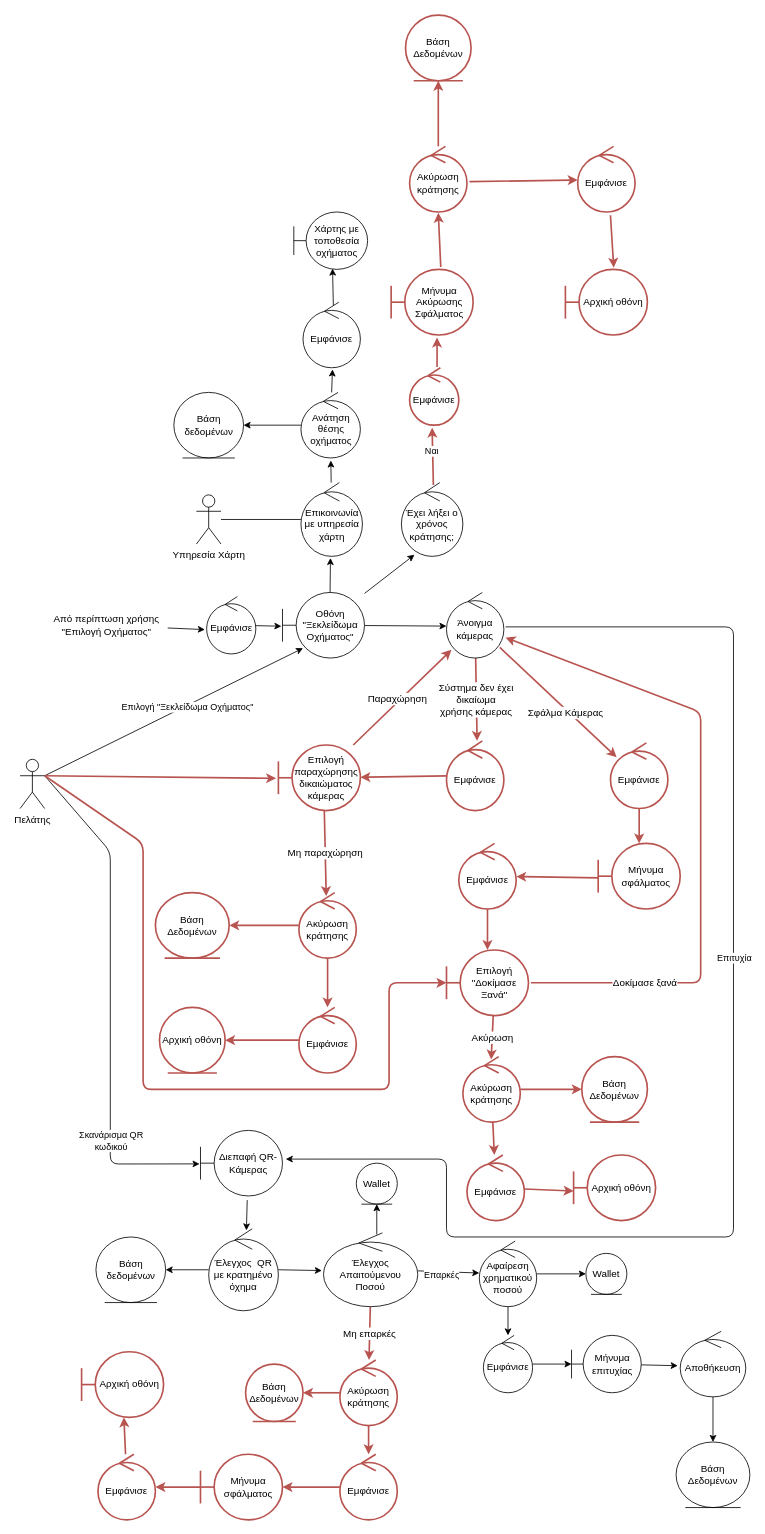
This is Part_2/Robustness/diagrams/02_Ξεκλείδωμα_Οχήματος.drawio from Nikolis2002/texnoligia_logismikou, a draw.io file, before an edit. Source tidied: cells renumbered, new cells numbered last; positions are measured from the earlier drawing's top-left corner, leaving out a move shared by most shapes. Both pictures are drawn from the tidied source at 82%, with x=0, y=0 at pixel (20, 15).
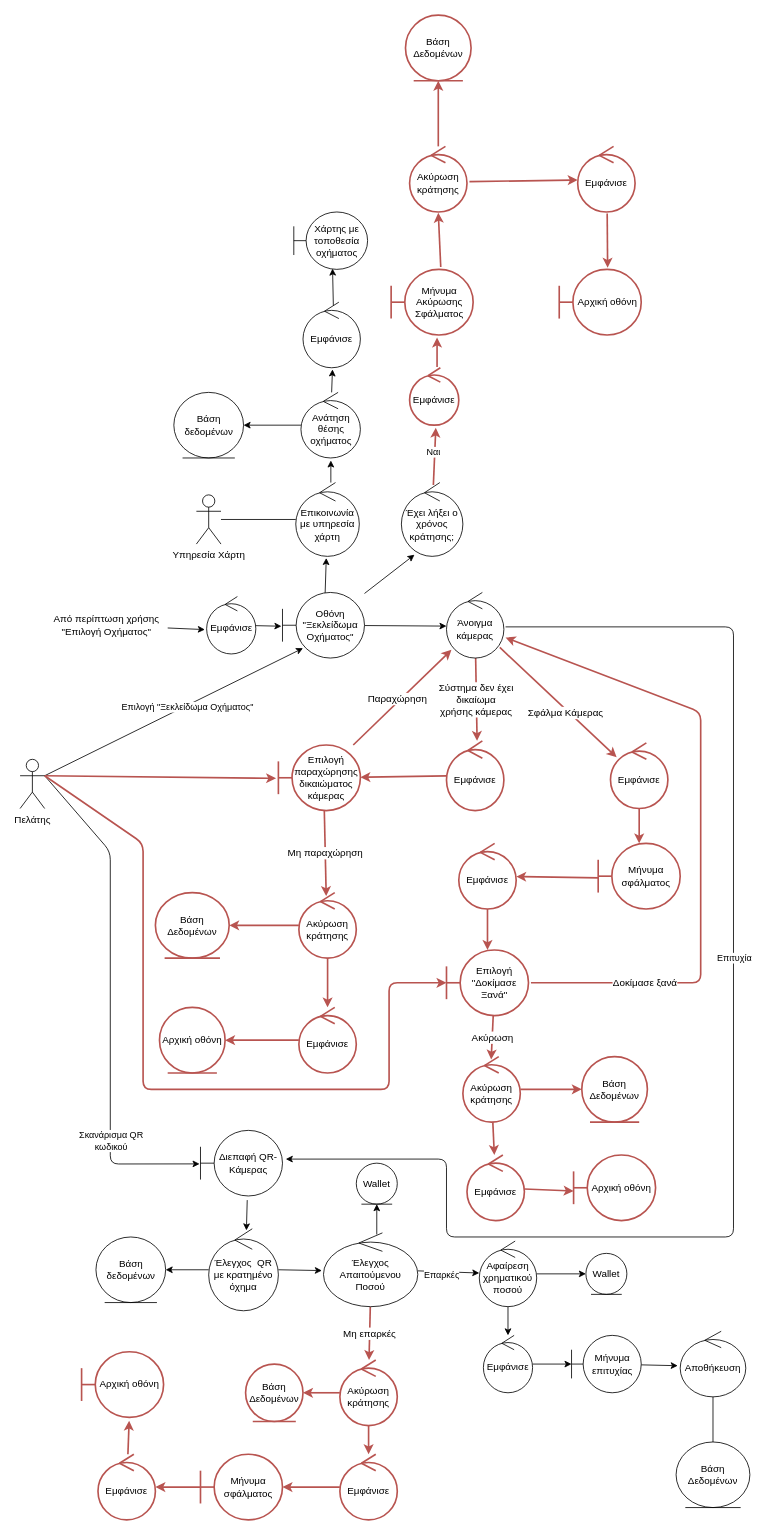
Above is the later version.

The change refers to these unchanged cells:
```xml
<mxCell id="8" value="Έχει λήξει ο χρόνος κράτησης;" style="ellipse;shape=umlControl;whiteSpace=wrap;html=1;" parent="1" vertex="1">
  <mxGeometry x="465" y="570" width="75" height="90" as="geometry" />
</mxCell>
<mxCell id="28" value="Αποθήκευση" style="ellipse;shape=umlControl;whiteSpace=wrap;html=1;" parent="1" vertex="1">
  <mxGeometry x="805" y="1605" width="80" height="80" as="geometry" />
</mxCell>
<mxCell id="30" value="Βάση Δεδομένων" style="ellipse;shape=umlEntity;whiteSpace=wrap;html=1;" parent="1" vertex="1">
  <mxGeometry x="800" y="1740" width="90" height="80" as="geometry" />
</mxCell>
<mxCell id="72" value="Εμφάνισε" style="ellipse;shape=umlControl;whiteSpace=wrap;html=1;fillColor=none;strokeColor=#b85450;strokeWidth=2;" parent="1" vertex="1">
  <mxGeometry x="95" y="1755" width="70" height="80" as="geometry" />
</mxCell>
<mxCell id="73" value="Αρχική οθόνη" style="shape=umlBoundary;whiteSpace=wrap;html=1;fillColor=none;strokeColor=#b85450;strokeWidth=2;" parent="1" vertex="1">
  <mxGeometry x="75" y="1630" width="100" height="80" as="geometry" />
</mxCell>
<mxCell id="79" value="Εμφάνισε" style="ellipse;shape=umlControl;whiteSpace=wrap;html=1;fillColor=none;strokeColor=#b85450;strokeWidth=2;" parent="1" vertex="1">
  <mxGeometry x="475" y="430" width="60" height="70" as="geometry" />
</mxCell>
<mxCell id="84" value="Εμφάνισε" style="ellipse;shape=umlControl;whiteSpace=wrap;html=1;fillColor=none;strokeColor=#b85450;strokeWidth=2;" parent="1" vertex="1">
  <mxGeometry x="680" y="160" width="70" height="80" as="geometry" />
</mxCell>
<mxCell id="94" value="Οθόνη &quot;Ξεκλείδωμα Οχήματος&quot;" style="shape=umlBoundary;whiteSpace=wrap;html=1;" parent="1" vertex="1">
  <mxGeometry x="320" y="704" width="100" height="80" as="geometry" />
</mxCell>
<mxCell id="106" value="Ανάτηση θέσης οχήματος" style="ellipse;shape=umlControl;whiteSpace=wrap;html=1;" parent="1" vertex="1">
  <mxGeometry x="342.5" y="460" width="72.5" height="80" as="geometry" />
</mxCell>
```

Diff of the diagram source:
```diff
@@
-    <mxCell id="27" style="edgeStyle=none;html=1;entryX=0.5;entryY=0;entryDx=0;entryDy=0;" parent="1" edge="1" source="28" target="30">
+    <mxCell id="27" style="edgeStyle=none;html=1;entryX=0.5;entryY=1;entryDx=0;entryDy=0;" parent="1" edge="1" source="28" target="30">
       <mxGeometry relative="1" as="geometry" />
     </mxCell>
@@
-    <mxCell id="71" style="edgeStyle=none;html=1;fontSize=12;strokeColor=#b85450;endFill=1;fillColor=none;strokeWidth=2;" parent="1" edge="1" source="72" target="73">
+    <mxCell id="71" style="edgeStyle=none;html=1;fontSize=12;strokeColor=#b85450;endFill=1;fillColor=none;strokeWidth=2;entryX=0.58;entryY=1.05;entryDx=0;entryDy=0;entryPerimeter=0;" parent="1" edge="1" source="72" target="73">
       <mxGeometry relative="1" as="geometry" />
     </mxCell>
@@
-    <mxCell id="77" style="edgeStyle=none;html=1;endArrow=classic;endFill=1;fontSize=12;fillColor=none;strokeColor=#b85450;strokeWidth=2;entryX=0.458;entryY=1.043;entryDx=0;entryDy=0;entryPerimeter=0;exitX=0.52;exitY=0.033;exitDx=0;exitDy=0;exitPerimeter=0;" parent="1" edge="1" source="8" target="79">
+    <mxCell id="77" style="edgeStyle=none;html=1;endArrow=classic;endFill=1;fontSize=12;fillColor=none;strokeColor=#b85450;strokeWidth=2;entryX=0.533;entryY=1.043;entryDx=0;entryDy=0;entryPerimeter=0;exitX=0.52;exitY=0.033;exitDx=0;exitDy=0;exitPerimeter=0;" parent="1" edge="1" source="8" target="79">
       <mxGeometry relative="1" as="geometry" />
     </mxCell>
@@
     <mxCell id="86" value="Αρχική οθόνη" style="shape=umlBoundary;whiteSpace=wrap;html=1;fillColor=none;strokeColor=#b85450;strokeWidth=2;" parent="1" vertex="1">
-      <mxGeometry x="665" y="310" width="100" height="80" as="geometry" />
+      <mxGeometry x="657.5" y="310" width="100" height="80" as="geometry" />
     </mxCell>
@@
-    <mxCell id="89" style="edgeStyle=none;html=1;fontSize=12;fillColor=none;strokeColor=#b85450;strokeWidth=2;entryX=0.59;entryY=-0.025;entryDx=0;entryDy=0;entryPerimeter=0;exitX=0.571;exitY=1.05;exitDx=0;exitDy=0;exitPerimeter=0;" parent="1" edge="1" source="84" target="86">
+    <mxCell id="89" style="edgeStyle=none;html=1;fontSize=12;fillColor=none;strokeColor=#b85450;strokeWidth=2;entryX=0.59;entryY=-0.025;entryDx=0;entryDy=0;entryPerimeter=0;exitX=0.514;exitY=1.025;exitDx=0;exitDy=0;exitPerimeter=0;" parent="1" edge="1" source="84" target="86">
       <mxGeometry relative="1" as="geometry" />
     </mxCell>
@@
-    <mxCell id="91" style="edgeStyle=none;html=1;entryX=0.48;entryY=1.022;entryDx=0;entryDy=0;entryPerimeter=0;exitX=0.58;exitY=0.025;exitDx=0;exitDy=0;exitPerimeter=0;" parent="1" edge="1" source="94" target="98">
+    <mxCell id="91" style="edgeStyle=none;html=1;entryX=0.48;entryY=1.022;entryDx=0;entryDy=0;entryPerimeter=0;exitX=0.52;exitY=0.013;exitDx=0;exitDy=0;exitPerimeter=0;" parent="1" edge="1" source="94" target="98">
       <mxGeometry relative="1" as="geometry" />
     </mxCell>
@@
-    <mxCell id="97" style="edgeStyle=none;html=1;entryX=0.503;entryY=1.038;entryDx=0;entryDy=0;entryPerimeter=0;" parent="1" edge="1" source="98" target="106">
+    <mxCell id="97" style="edgeStyle=none;html=1;entryX=0.503;entryY=1.038;entryDx=0;entryDy=0;entryPerimeter=0;exitX=0.552;exitY=0;exitDx=0;exitDy=0;exitPerimeter=0;" parent="1" edge="1" source="98" target="106">
       <mxGeometry relative="1" as="geometry" />
     </mxCell>
     <mxCell id="98" value="Επικοινωνία με υπηρεσία χάρτη" style="ellipse;shape=umlControl;whiteSpace=wrap;html=1;" parent="1" vertex="1">
-      <mxGeometry x="342.5" y="570" width="75" height="90" as="geometry" />
+      <mxGeometry x="336.2" y="570" width="77.5" height="90" as="geometry" />
     </mxCell>
```
